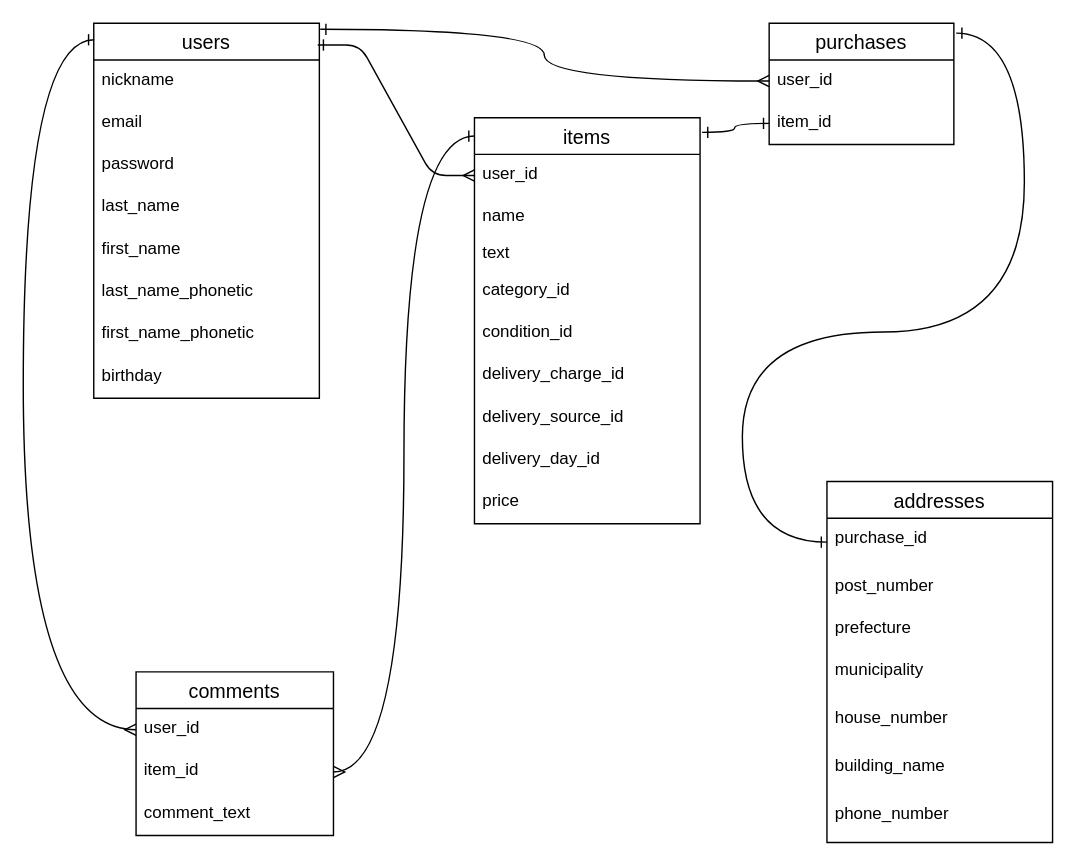
The draw.io diagram ER.dio in norioaks44/Furima-28134, before the edit. Source tidied: cells renumbered, new cells numbered last; positions are measured from the earlier drawing's top-left corner, leaving out a move shared by most shapes. Both pictures are drawn from the tidied source at 141%, with x=0, y=0 at pixel (23, 23).
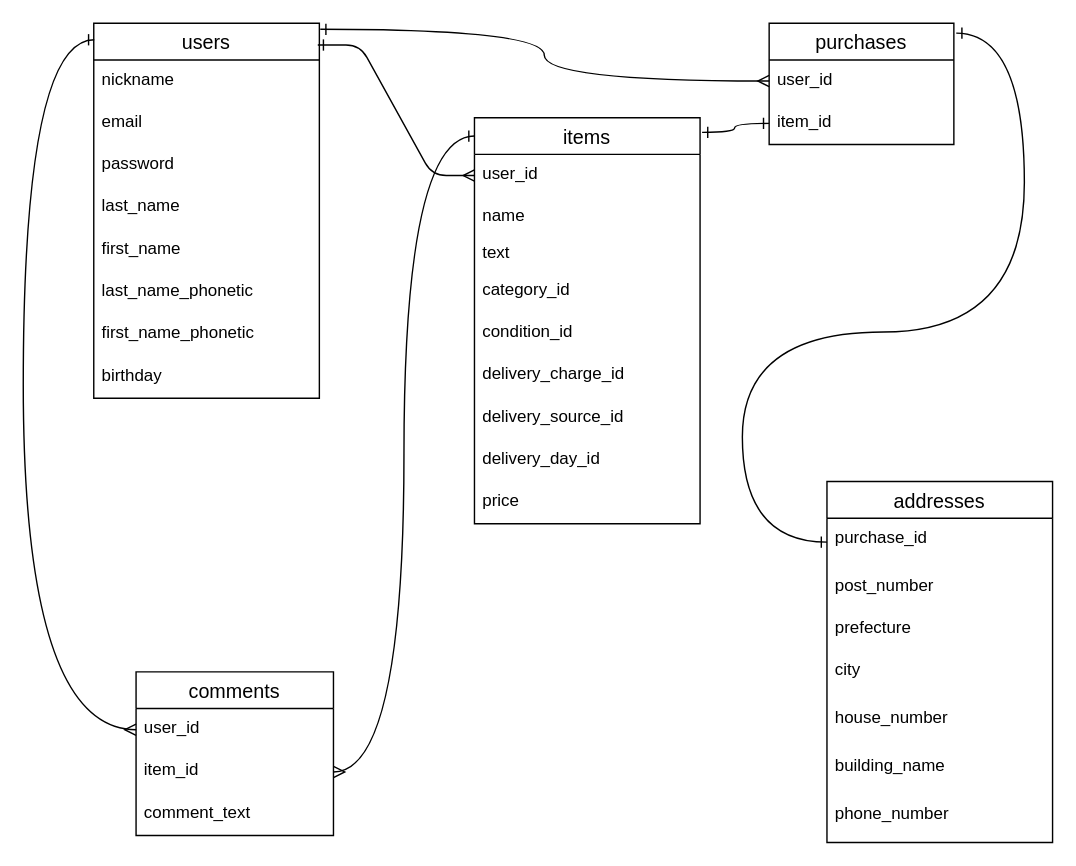
The same page after the edit.

Unchanged cells that the change refers to:
```xml
<mxCell id="28" value="addresses" style="swimlane;fontStyle=0;horizontal=1;startSize=26;align=center;fontSize=14;" parent="1" vertex="1">
  <mxGeometry x="570" y="325" width="160" height="256" as="geometry" />
</mxCell>
```

What changed in the source:
```diff
@@
-    <mxCell id="32" value="municipality" style="text;strokeColor=none;fillColor=none;spacingLeft=4;spacingRight=4;overflow=hidden;fontSize=12;" parent="28" vertex="1">
+    <mxCell id="32" value="city" style="text;strokeColor=none;fillColor=none;spacingLeft=4;spacingRight=4;overflow=hidden;fontSize=12;" parent="28" vertex="1">
       <mxGeometry y="120" width="160" height="34" as="geometry" />
     </mxCell>
```
